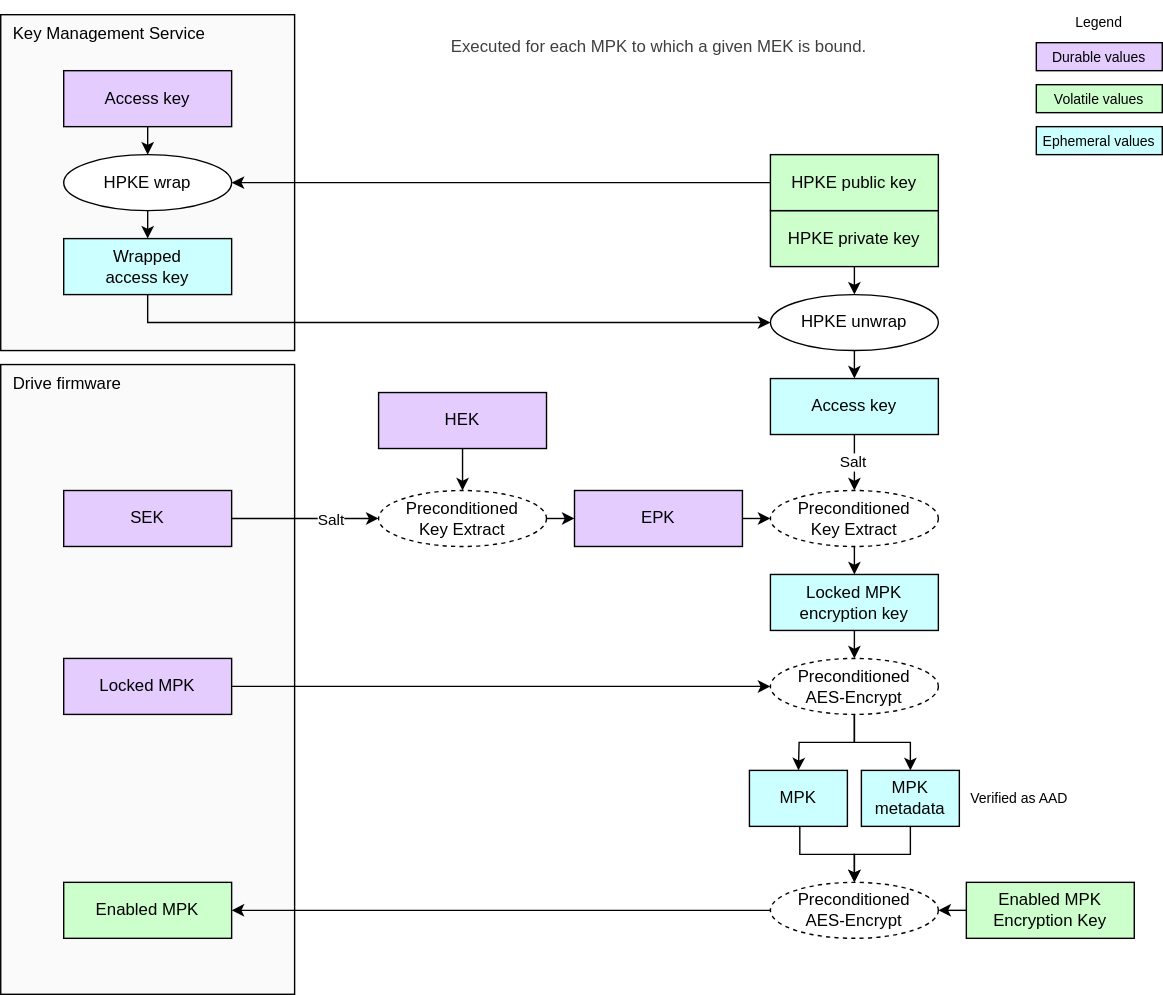
Above: doc/ocp_lock/diagrams/mpk_enable.drawio.svg in chipsalliance/Caliptra (draw.io), before the change. Source tidied: cells renumbered, new cells last; positions are measured from the earlier drawing's top-left corner, leaving out a move shared by most shapes.
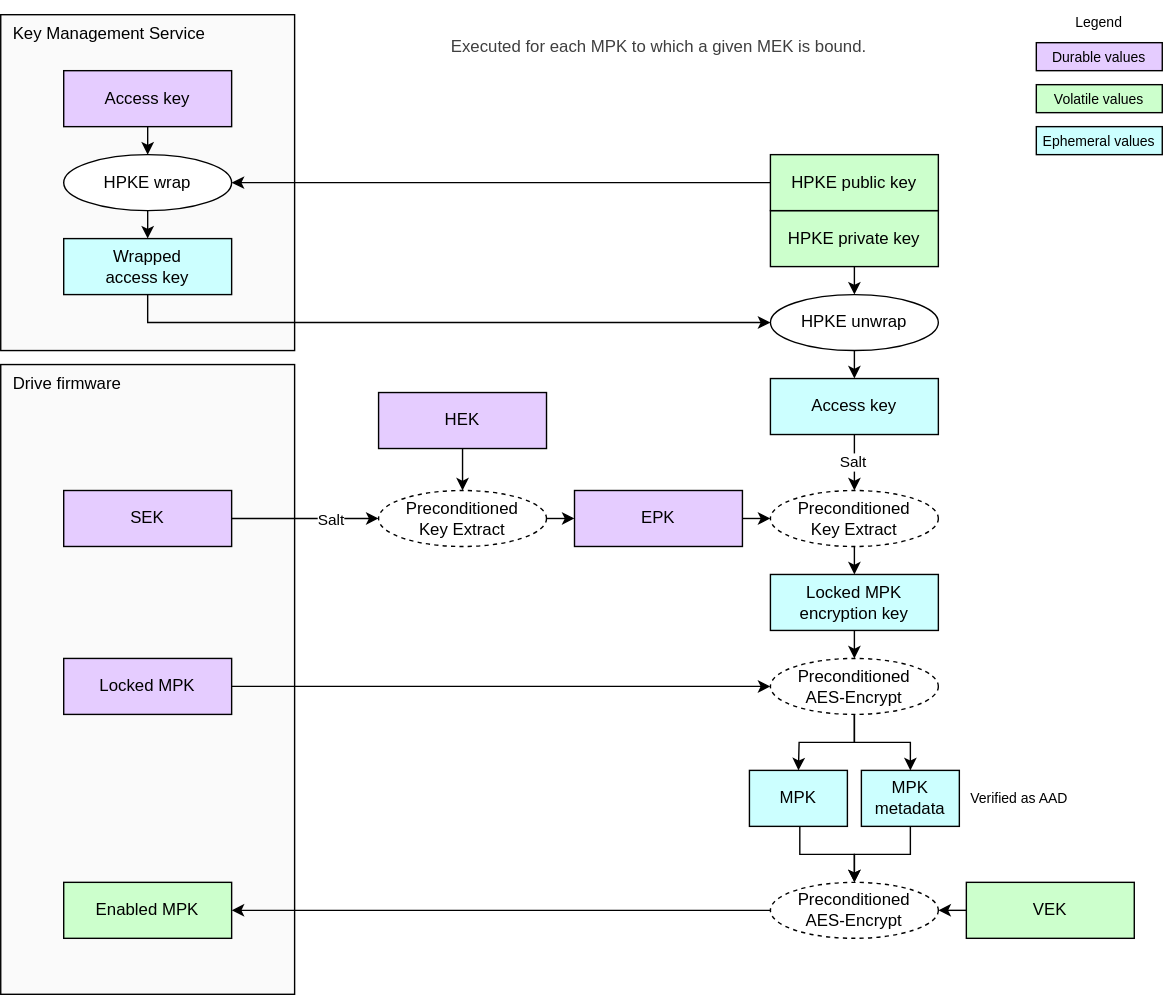
Later version of the same file.

Commit message:
Rename "Enabled MPK Encryption Secret" to "Volatile Escrow Key". (#483)

What changed in the source:
```diff
@@ -45,7 +45,7 @@
     <mxCell id="13" style="edgeStyle=none;html=1;exitX=0;exitY=0.5;exitDx=0;exitDy=0;entryX=1;entryY=0.5;entryDx=0;entryDy=0;" parent="1" edge="1" source="14" target="15">
       <mxGeometry relative="1" as="geometry" />
     </mxCell>
-    <mxCell id="14" value="&lt;div&gt;&lt;font color=&quot;#000000&quot;&gt;Enabled MPK Encryption Key&lt;/font&gt;&lt;/div&gt;" style="rounded=0;whiteSpace=wrap;html=1;align=center;verticalAlign=middle;shadow=0;glass=0;spacingLeft=0;spacingBottom=0;spacingTop=0;fillColor=#CCFFCC;" parent="1" vertex="1">
+    <mxCell id="14" value="&lt;div&gt;&lt;font color=&quot;#000000&quot;&gt;VEK&lt;/font&gt;&lt;/div&gt;" style="rounded=0;whiteSpace=wrap;html=1;align=center;verticalAlign=middle;shadow=0;glass=0;spacingLeft=0;spacingBottom=0;spacingTop=0;fillColor=#CCFFCC;" parent="1" vertex="1">
       <mxGeometry x="690" y="630" width="120" height="40" as="geometry" />
     </mxCell>
     <mxCell id="15" value="Preconditioned&lt;div&gt;AES-Encrypt&lt;/div&gt;" style="ellipse;whiteSpace=wrap;html=1;fillColor=#FFFFFF;dashed=1;" parent="1" vertex="1">
```
